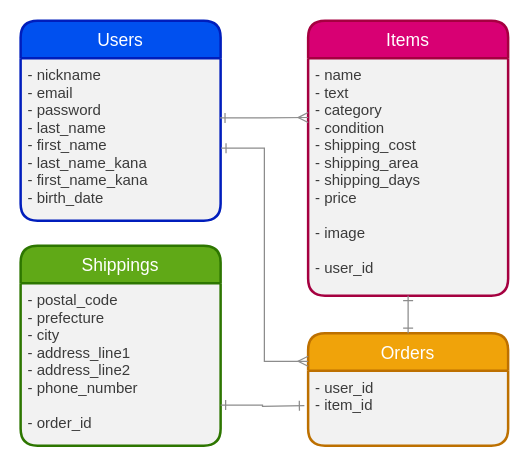
Before: furima.dio in turtlekazu/furima-34437, a draw.io diagram. Source tidied: cells renumbered, new cells numbered last; positions are measured from the earlier drawing's top-left corner, leaving out a move shared by most shapes. Both pictures are drawn from the tidied source at 125%, with x=0, y=0 at pixel (20, 20).
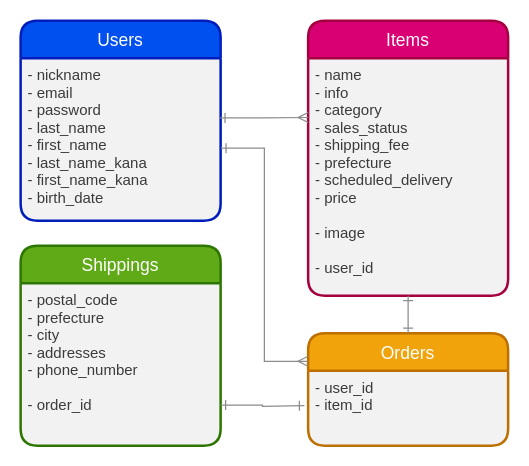
The same page after the edit.

Commit message (it also covers changes not shown here):
Change column names according to model site

What changed in the source:
```diff
@@
 <mxGraphModel>
   <root>
     <mxCell id="0" />
     <mxCell id="1" parent="0" />
     <mxCell id="2" value="Users" style="swimlane;horizontal=1;startSize=30;rounded=1;fontSize=14;fontStyle=0;strokeWidth=2;shadow=0;dashed=0;align=center;fillColor=#0050ef;strokeColor=#001DBC;fontColor=#ffffff;swimlaneFillColor=#F2F2F2;" parent="1" vertex="1">
       <mxGeometry width="160" height="160" as="geometry" />
     </mxCell>
     <mxCell id="3" value="- nickname&#10;- email&#10;- password&#10;- last_name&#10;- first_name&#10;- last_name_kana&#10;- first_name_kana&#10;- birth_date" style="align=left;strokeColor=none;fillColor=none;spacingLeft=4;fontSize=12;verticalAlign=top;fontColor=#3B3B3B;" parent="2" vertex="1">
       <mxGeometry y="30" width="160" height="130" as="geometry" />
     </mxCell>
     <mxCell id="4" value="Items" style="swimlane;horizontal=1;startSize=30;rounded=1;fontSize=14;fontStyle=0;strokeWidth=2;shadow=0;dashed=0;align=center;fillColor=#d80073;strokeColor=#A50040;fontColor=#ffffff;swimlaneFillColor=#F2F2F2;" parent="1" vertex="1">
       <mxGeometry x="230" width="160" height="220" as="geometry" />
     </mxCell>
-    <mxCell id="5" value="- name&#10;- text&#10;- category&#10;- condition&#10;- shipping_cost&#10;- shipping_area&#10;- shipping_days&#10;- price&#10;&#10;- image&#10;&#10;- user_id" style="align=left;strokeColor=none;fillColor=none;spacingLeft=4;fontSize=12;verticalAlign=top;fontColor=#3B3B3B;" parent="4" vertex="1">
+    <mxCell id="5" value="- name&#10;- info&#10;- category&#10;- sales_status&#10;- shipping_fee&#10;- prefecture&#10;- scheduled_delivery&#10;- price&#10;&#10;- image&#10;&#10;- user_id" style="align=left;strokeColor=none;fillColor=none;spacingLeft=4;fontSize=12;verticalAlign=top;fontColor=#3B3B3B;" parent="4" vertex="1">
       <mxGeometry y="30" width="160" height="190" as="geometry" />
     </mxCell>
     <mxCell id="6" value="Shippings" style="swimlane;horizontal=1;startSize=30;rounded=1;fontSize=14;fontStyle=0;strokeWidth=2;shadow=0;dashed=0;align=center;fillColor=#60a917;strokeColor=#2D7600;fontColor=#ffffff;swimlaneFillColor=#F2F2F2;" parent="1" vertex="1">
       <mxGeometry y="180" width="160" height="160" as="geometry" />
     </mxCell>
-    <mxCell id="7" value="- postal_code&#10;- prefecture&#10;- city&#10;- address_line1&#10;- address_line2&#10;- phone_number&#10;&#10;- order_id" style="align=left;strokeColor=none;fillColor=none;spacingLeft=4;fontSize=12;verticalAlign=top;fontColor=#3B3B3B;" parent="6" vertex="1">
+    <mxCell id="7" value="- postal_code&#10;- prefecture&#10;- city&#10;- addresses&#10;- phone_number&#10;&#10;- order_id" style="align=left;strokeColor=none;fillColor=none;spacingLeft=4;fontSize=12;verticalAlign=top;fontColor=#3B3B3B;" parent="6" vertex="1">
       <mxGeometry y="30" width="160" height="130" as="geometry" />
     </mxCell>
     <mxCell id="8" style="edgeStyle=orthogonalEdgeStyle;rounded=0;jettySize=auto;html=1;entryX=0;entryY=0.25;entryDx=0;entryDy=0;startArrow=ERone;startFill=0;endArrow=ERmany;endFill=0;fontColor=#F0F0F0;strokeColor=#8C8C8C;exitX=0.997;exitY=0.368;exitDx=0;exitDy=0;exitPerimeter=0;" parent="1" edge="1" source="3" target="5">
       <mxGeometry relative="1" as="geometry" />
     </mxCell>
     <mxCell id="9" value="Orders" style="swimlane;horizontal=1;startSize=30;rounded=1;fontSize=14;fontStyle=0;strokeWidth=2;shadow=0;dashed=0;align=center;fillColor=#f0a30a;strokeColor=#BD7000;fontColor=#ffffff;swimlaneFillColor=#F2F2F2;" parent="1" vertex="1">
       <mxGeometry x="230" y="250" width="160" height="90" as="geometry" />
     </mxCell>
     <mxCell id="10" value="- user_id&#10;- item_id" style="align=left;strokeColor=none;fillColor=none;spacingLeft=4;fontSize=12;verticalAlign=top;fontColor=#3B3B3B;" parent="9" vertex="1">
       <mxGeometry y="30" width="160" height="60" as="geometry" />
     </mxCell>
     <mxCell id="11" style="edgeStyle=orthogonalEdgeStyle;rounded=0;jettySize=auto;html=1;exitX=0.5;exitY=1;exitDx=0;exitDy=0;entryX=0.5;entryY=0;entryDx=0;entryDy=0;startArrow=ERone;startFill=0;endArrow=ERone;endFill=0;strokeColor=#8C8C8C;fontColor=#3B3B3B;" parent="1" edge="1" source="5" target="9">
       <mxGeometry relative="1" as="geometry" />
     </mxCell>
     <mxCell id="12" style="edgeStyle=orthogonalEdgeStyle;rounded=0;jettySize=auto;html=1;entryX=1;entryY=0.75;entryDx=0;entryDy=0;startArrow=ERone;startFill=0;endArrow=ERone;endFill=0;strokeColor=#8C8C8C;fontColor=#3B3B3B;" parent="1" edge="1" target="7">
       <mxGeometry relative="1" as="geometry">
         <mxPoint x="227" y="308" as="sourcePoint" />
       </mxGeometry>
     </mxCell>
     <mxCell id="13" style="edgeStyle=orthogonalEdgeStyle;rounded=0;jettySize=auto;html=1;exitX=1.002;exitY=0.554;exitDx=0;exitDy=0;entryX=0;entryY=0.25;entryDx=0;entryDy=0;startArrow=ERone;startFill=0;endArrow=ERmany;endFill=0;strokeColor=#8C8C8C;fontColor=#3B3B3B;exitPerimeter=0;" parent="1" edge="1" source="3" target="9">
       <mxGeometry relative="1" as="geometry" />
     </mxCell>
   </root>
 </mxGraphModel>
```
